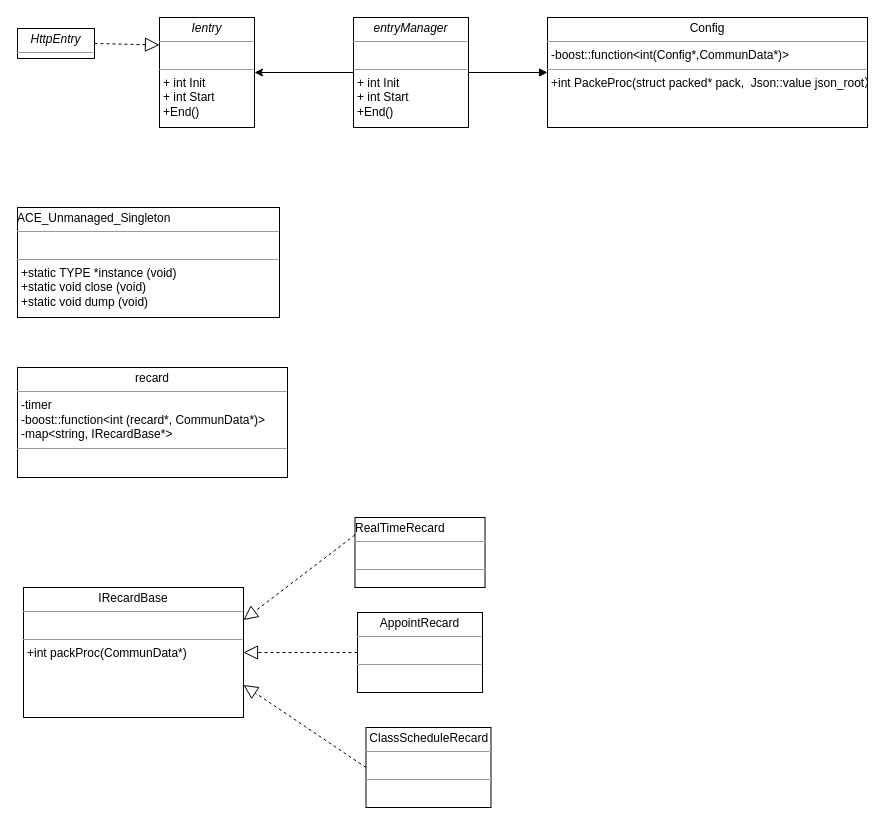
This is 录播get.drawio from huangPeiLc/drawio, a draw.io file, before an edit. Source tidied: cells renumbered, new cells numbered last; positions are measured from the earlier drawing's top-left corner, leaving out a move shared by most shapes. Both pictures are drawn from the tidied source at 100%, with x=0, y=0 at pixel (17, 17).
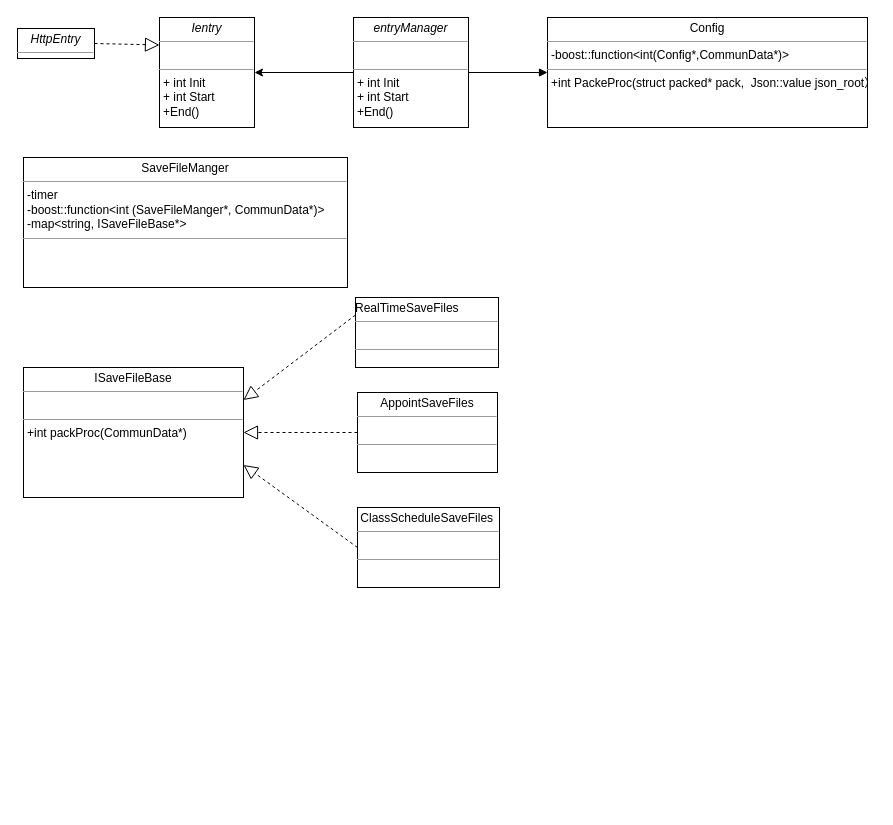
The same page after the edit.

The edit, as a diff of the source:
```diff
@@
 <mxGraphModel background="#ffffff">
   <root>
     <mxCell id="0" />
     <mxCell id="1" parent="0" />
     <mxCell id="2" value="&lt;p style=&quot;margin: 4px 0px 0px ; text-align: center&quot;&gt;&lt;span style=&quot;text-align: left&quot;&gt;Config&lt;/span&gt;&lt;br&gt;&lt;/p&gt;&lt;hr size=&quot;1&quot;&gt;&lt;p style=&quot;margin: 0px ; margin-left: 4px&quot;&gt;-boost::function&amp;lt;int(Config*,CommunData*)&amp;gt;&lt;/p&gt;&lt;hr size=&quot;1&quot;&gt;&lt;p style=&quot;margin: 0px ; margin-left: 4px&quot;&gt;+int PackeProc(struct packed* pack,&amp;nbsp; Json::value json_root）&lt;/p&gt;&lt;br&gt;&lt;p style=&quot;margin: 0px ; margin-left: 4px&quot;&gt;&lt;br&gt;&lt;/p&gt;" style="verticalAlign=top;align=left;overflow=fill;fontSize=12;fontFamily=Helvetica;html=1;rounded=0;shadow=0;comic=0;labelBackgroundColor=none;strokeColor=#000000;strokeWidth=1;fillColor=#ffffff;" parent="1" vertex="1">
       <mxGeometry x="530" width="320" height="110" as="geometry" />
     </mxCell>
     <mxCell id="3" value="&lt;p style=&quot;margin: 0px ; margin-top: 4px ; text-align: center&quot;&gt;&lt;i&gt;Ientry&lt;/i&gt;&lt;/p&gt;&lt;hr size=&quot;1&quot;&gt;&lt;p style=&quot;margin: 0px ; margin-left: 4px&quot;&gt;&lt;br&gt;&lt;/p&gt;&lt;hr size=&quot;1&quot;&gt;&lt;p style=&quot;margin: 0px ; margin-left: 4px&quot;&gt;+ int Init&lt;br&gt;+ int Start&lt;/p&gt;&lt;p style=&quot;margin: 0px ; margin-left: 4px&quot;&gt;+End()&lt;/p&gt;" style="verticalAlign=top;align=left;overflow=fill;fontSize=12;fontFamily=Helvetica;html=1;rounded=0;shadow=0;comic=0;labelBackgroundColor=none;strokeColor=#000000;strokeWidth=1;fillColor=#ffffff;" parent="1" vertex="1">
       <mxGeometry x="142" width="95" height="110" as="geometry" />
     </mxCell>
     <mxCell id="4" value="&lt;p style=&quot;margin: 0px ; margin-top: 4px ; text-align: center&quot;&gt;&lt;i&gt;HttpEntry&lt;/i&gt;&lt;/p&gt;&lt;hr size=&quot;1&quot;&gt;&lt;p style=&quot;margin: 0px ; margin-left: 4px&quot;&gt;&lt;br&gt;&lt;/p&gt;&lt;hr size=&quot;1&quot;&gt;&lt;p style=&quot;margin: 0px ; margin-left: 4px&quot;&gt;&lt;br&gt;&lt;/p&gt;" style="verticalAlign=top;align=left;overflow=fill;fontSize=12;fontFamily=Helvetica;html=1;rounded=0;shadow=0;comic=0;labelBackgroundColor=none;strokeColor=#000000;strokeWidth=1;fillColor=#ffffff;" parent="1" vertex="1">
       <mxGeometry y="11" width="77" height="30" as="geometry" />
     </mxCell>
     <mxCell id="5" style="endArrow=block;dashed=1;endFill=0;endSize=12;html=1;entryX=0;entryY=0.25;entryDx=0;entryDy=0;exitX=1;exitY=0.5;exitDx=0;exitDy=0;" parent="1" edge="1" source="4" target="3">
       <mxGeometry relative="1" as="geometry" />
     </mxCell>
     <mxCell id="6" style="html=1;verticalAlign=bottom;endArrow=block;entryX=0;entryY=0.5;entryDx=0;entryDy=0;exitX=1;exitY=0.5;exitDx=0;exitDy=0;" parent="1" edge="1" source="8" target="2">
       <mxGeometry relative="1" as="geometry" />
     </mxCell>
     <mxCell id="7" style="edgeStyle=orthogonalEdgeStyle;rounded=0;jettySize=auto;html=1;exitX=0;exitY=0.5;exitDx=0;exitDy=0;entryX=1;entryY=0.5;entryDx=0;entryDy=0;" parent="1" edge="1" source="8" target="3">
       <mxGeometry relative="1" as="geometry" />
     </mxCell>
     <mxCell id="8" value="&lt;p style=&quot;margin: 0px ; margin-top: 4px ; text-align: center&quot;&gt;&lt;i&gt;entryManager&lt;/i&gt;&lt;/p&gt;&lt;hr size=&quot;1&quot;&gt;&lt;p style=&quot;margin: 0px ; margin-left: 4px&quot;&gt;&lt;br&gt;&lt;/p&gt;&lt;hr size=&quot;1&quot;&gt;&lt;p style=&quot;margin: 0px ; margin-left: 4px&quot;&gt;+ int Init&lt;br&gt;+ int Start&lt;/p&gt;&lt;p style=&quot;margin: 0px ; margin-left: 4px&quot;&gt;+End()&lt;/p&gt;" style="verticalAlign=top;align=left;overflow=fill;fontSize=12;fontFamily=Helvetica;html=1;rounded=0;shadow=0;comic=0;labelBackgroundColor=none;strokeColor=#000000;strokeWidth=1;fillColor=#ffffff;" parent="1" vertex="1">
       <mxGeometry x="336" width="115" height="110" as="geometry" />
     </mxCell>
-    <mxCell id="9" value="&lt;p style=&quot;text-align: left ; margin: 4px 0px 0px&quot;&gt;ACE_Unmanaged_Singleton&lt;br&gt;&lt;/p&gt;&lt;hr size=&quot;1&quot;&gt;&lt;p style=&quot;margin: 0px ; margin-left: 4px&quot;&gt;&lt;br&gt;&lt;/p&gt;&lt;hr size=&quot;1&quot;&gt;&lt;p style=&quot;margin: 0px ; margin-left: 4px&quot;&gt;+static TYPE *instance (void)&lt;/p&gt;&lt;p style=&quot;margin: 0px 0px 0px 4px&quot;&gt;+static void close (void)&lt;/p&gt;&lt;p style=&quot;margin: 0px 0px 0px 4px&quot;&gt;+static void dump (void)&lt;/p&gt;&lt;p style=&quot;margin: 0px ; margin-left: 4px&quot;&gt;&lt;br&gt;&lt;/p&gt;" style="verticalAlign=top;align=left;overflow=fill;fontSize=12;fontFamily=Helvetica;html=1;rounded=0;shadow=0;comic=0;labelBackgroundColor=none;strokeColor=#000000;strokeWidth=1;fillColor=#ffffff;" parent="1" vertex="1">
-      <mxGeometry y="190" width="262" height="110" as="geometry" />
-    </mxCell>
-    <mxCell id="10" value="&lt;p style=&quot;margin: 0px ; margin-top: 4px ; text-align: center&quot;&gt;&lt;span style=&quot;text-align: left&quot;&gt;recard&lt;/span&gt;&lt;br&gt;&lt;/p&gt;&lt;hr size=&quot;1&quot;&gt;&lt;p style=&quot;margin: 0px ; margin-left: 4px&quot;&gt;-timer&amp;nbsp;&lt;/p&gt;&lt;p style=&quot;margin: 0px ; margin-left: 4px&quot;&gt;-boost::function&amp;lt;int (recard*, CommunData*)&amp;gt;&lt;br&gt;&lt;/p&gt;&lt;p style=&quot;margin: 0px ; margin-left: 4px&quot;&gt;-map&amp;lt;string, IRecardBase*&amp;gt;&lt;/p&gt;&lt;hr size=&quot;1&quot;&gt;&lt;p style=&quot;margin: 0px 0px 0px 4px&quot;&gt;&lt;br&gt;&lt;/p&gt;&lt;p style=&quot;margin: 0px ; margin-left: 4px&quot;&gt;&lt;br&gt;&lt;/p&gt;" style="verticalAlign=top;align=left;overflow=fill;fontSize=12;fontFamily=Helvetica;html=1;rounded=0;shadow=0;comic=0;labelBackgroundColor=none;strokeColor=#000000;strokeWidth=1;fillColor=#ffffff;" parent="1" vertex="1">
-      <mxGeometry y="350" width="270" height="110" as="geometry" />
-    </mxCell>
-    <mxCell id="11" value="&lt;p style=&quot;text-align: left ; margin: 4px 0px 0px&quot;&gt;RealTimeRecard&lt;/p&gt;&lt;hr size=&quot;1&quot;&gt;&lt;p style=&quot;margin: 0px ; margin-left: 4px&quot;&gt;&lt;br&gt;&lt;/p&gt;&lt;hr size=&quot;1&quot;&gt;&lt;p style=&quot;margin: 0px 0px 0px 4px&quot;&gt;&lt;br&gt;&lt;/p&gt;&lt;p style=&quot;margin: 0px ; margin-left: 4px&quot;&gt;&lt;br&gt;&lt;/p&gt;" style="verticalAlign=top;align=left;overflow=fill;fontSize=12;fontFamily=Helvetica;html=1;rounded=0;shadow=0;comic=0;labelBackgroundColor=none;strokeColor=#000000;strokeWidth=1;fillColor=#ffffff;" parent="1" vertex="1">
-      <mxGeometry x="337.5" y="500" width="130" height="70" as="geometry" />
+    <mxCell id="11" value="&lt;p style=&quot;text-align: left ; margin: 4px 0px 0px&quot;&gt;RealTimeSaveFiles&lt;/p&gt;&lt;hr size=&quot;1&quot;&gt;&lt;p style=&quot;margin: 0px ; margin-left: 4px&quot;&gt;&lt;br&gt;&lt;/p&gt;&lt;hr size=&quot;1&quot;&gt;&lt;p style=&quot;margin: 0px 0px 0px 4px&quot;&gt;&lt;br&gt;&lt;/p&gt;&lt;p style=&quot;margin: 0px ; margin-left: 4px&quot;&gt;&lt;br&gt;&lt;/p&gt;" style="verticalAlign=top;align=left;overflow=fill;fontSize=12;fontFamily=Helvetica;html=1;rounded=0;shadow=0;comic=0;labelBackgroundColor=none;strokeColor=#000000;strokeWidth=1;fillColor=#ffffff;" parent="1" vertex="1">
+      <mxGeometry x="338" y="280" width="143" height="70" as="geometry" />
     </mxCell>
-    <mxCell id="12" value="&lt;p style=&quot;margin: 0px ; margin-top: 4px ; text-align: center&quot;&gt;&lt;span style=&quot;text-align: left&quot;&gt;IRecardBase&lt;/span&gt;&lt;br&gt;&lt;/p&gt;&lt;hr size=&quot;1&quot;&gt;&lt;p style=&quot;margin: 0px ; margin-left: 4px&quot;&gt;&lt;br&gt;&lt;/p&gt;&lt;hr size=&quot;1&quot;&gt;&lt;p style=&quot;margin: 0px 0px 0px 4px&quot;&gt;+int packProc(CommunData*)&lt;/p&gt;&lt;p style=&quot;margin: 0px 0px 0px 4px&quot;&gt;&lt;br&gt;&lt;/p&gt;&lt;p style=&quot;margin: 0px ; margin-left: 4px&quot;&gt;&lt;br&gt;&lt;/p&gt;" style="verticalAlign=top;align=left;overflow=fill;fontSize=12;fontFamily=Helvetica;html=1;rounded=0;shadow=0;comic=0;labelBackgroundColor=none;strokeColor=#000000;strokeWidth=1;fillColor=#ffffff;" parent="1" vertex="1">
-      <mxGeometry x="6" y="570" width="220" height="130" as="geometry" />
+    <mxCell id="12" value="&lt;p style=&quot;margin: 0px ; margin-top: 4px ; text-align: center&quot;&gt;&lt;span style=&quot;text-align: left&quot;&gt;ISaveFileBase&lt;/span&gt;&lt;br&gt;&lt;/p&gt;&lt;hr size=&quot;1&quot;&gt;&lt;p style=&quot;margin: 0px ; margin-left: 4px&quot;&gt;&lt;br&gt;&lt;/p&gt;&lt;hr size=&quot;1&quot;&gt;&lt;p style=&quot;margin: 0px 0px 0px 4px&quot;&gt;+int packProc(CommunData*)&lt;/p&gt;&lt;p style=&quot;margin: 0px 0px 0px 4px&quot;&gt;&lt;br&gt;&lt;/p&gt;&lt;p style=&quot;margin: 0px ; margin-left: 4px&quot;&gt;&lt;br&gt;&lt;/p&gt;" style="verticalAlign=top;align=left;overflow=fill;fontSize=12;fontFamily=Helvetica;html=1;rounded=0;shadow=0;comic=0;labelBackgroundColor=none;strokeColor=#000000;strokeWidth=1;fillColor=#ffffff;" parent="1" vertex="1">
+      <mxGeometry x="6" y="350" width="220" height="130" as="geometry" />
     </mxCell>
     <mxCell id="13" style="endArrow=block;dashed=1;endFill=0;endSize=12;html=1;entryX=1;entryY=0.25;entryDx=0;entryDy=0;exitX=0;exitY=0.25;exitDx=0;exitDy=0;" parent="1" edge="1" source="11" target="12">
       <mxGeometry relative="1" as="geometry" />
     </mxCell>
-    <mxCell id="14" value="&lt;p style=&quot;margin: 0px ; margin-top: 4px ; text-align: center&quot;&gt;&lt;span style=&quot;text-align: left&quot;&gt;AppointRecard&lt;/span&gt;&lt;br&gt;&lt;/p&gt;&lt;hr size=&quot;1&quot;&gt;&lt;p style=&quot;margin: 0px ; margin-left: 4px&quot;&gt;&lt;br&gt;&lt;/p&gt;&lt;hr size=&quot;1&quot;&gt;&lt;p style=&quot;margin: 0px 0px 0px 4px&quot;&gt;&lt;br&gt;&lt;/p&gt;&lt;p style=&quot;margin: 0px ; margin-left: 4px&quot;&gt;&lt;br&gt;&lt;/p&gt;" style="verticalAlign=top;align=left;overflow=fill;fontSize=12;fontFamily=Helvetica;html=1;rounded=0;shadow=0;comic=0;labelBackgroundColor=none;strokeColor=#000000;strokeWidth=1;fillColor=#ffffff;" parent="1" vertex="1">
-      <mxGeometry x="340" y="595" width="125" height="80" as="geometry" />
+    <mxCell id="14" value="&lt;p style=&quot;margin: 0px ; margin-top: 4px ; text-align: center&quot;&gt;&lt;span style=&quot;text-align: left&quot;&gt;AppointSaveFiles&lt;/span&gt;&lt;br&gt;&lt;/p&gt;&lt;hr size=&quot;1&quot;&gt;&lt;p style=&quot;margin: 0px ; margin-left: 4px&quot;&gt;&lt;br&gt;&lt;/p&gt;&lt;hr size=&quot;1&quot;&gt;&lt;p style=&quot;margin: 0px 0px 0px 4px&quot;&gt;&lt;br&gt;&lt;/p&gt;&lt;p style=&quot;margin: 0px ; margin-left: 4px&quot;&gt;&lt;br&gt;&lt;/p&gt;" style="verticalAlign=top;align=left;overflow=fill;fontSize=12;fontFamily=Helvetica;html=1;rounded=0;shadow=0;comic=0;labelBackgroundColor=none;strokeColor=#000000;strokeWidth=1;fillColor=#ffffff;" parent="1" vertex="1">
+      <mxGeometry x="340" y="375" width="140" height="80" as="geometry" />
     </mxCell>
     <mxCell id="15" style="endArrow=block;dashed=1;endFill=0;endSize=12;html=1;entryX=1;entryY=0.5;entryDx=0;entryDy=0;exitX=0;exitY=0.5;exitDx=0;exitDy=0;" parent="1" edge="1" source="14" target="12">
       <mxGeometry relative="1" as="geometry" />
     </mxCell>
-    <mxCell id="16" value="&lt;p style=&quot;text-align: left ; margin: 4px 0px 0px&quot;&gt;&amp;nbsp;ClassScheduleRecard&lt;br&gt;&lt;/p&gt;&lt;hr size=&quot;1&quot;&gt;&lt;p style=&quot;margin: 0px ; margin-left: 4px&quot;&gt;&lt;br&gt;&lt;/p&gt;&lt;hr size=&quot;1&quot;&gt;&lt;p style=&quot;margin: 0px 0px 0px 4px&quot;&gt;&lt;br&gt;&lt;/p&gt;&lt;p style=&quot;margin: 0px ; margin-left: 4px&quot;&gt;&lt;br&gt;&lt;/p&gt;" style="verticalAlign=top;align=left;overflow=fill;fontSize=12;fontFamily=Helvetica;html=1;rounded=0;shadow=0;comic=0;labelBackgroundColor=none;strokeColor=#000000;strokeWidth=1;fillColor=#ffffff;" parent="1" vertex="1">
-      <mxGeometry x="348.5" y="710" width="125" height="80" as="geometry" />
+    <mxCell id="16" value="&lt;p style=&quot;text-align: left ; margin: 4px 0px 0px&quot;&gt;&amp;nbsp;ClassScheduleSaveFiles&lt;br&gt;&lt;/p&gt;&lt;hr size=&quot;1&quot;&gt;&lt;p style=&quot;margin: 0px ; margin-left: 4px&quot;&gt;&lt;br&gt;&lt;/p&gt;&lt;hr size=&quot;1&quot;&gt;&lt;p style=&quot;margin: 0px 0px 0px 4px&quot;&gt;&lt;br&gt;&lt;/p&gt;&lt;p style=&quot;margin: 0px ; margin-left: 4px&quot;&gt;&lt;br&gt;&lt;/p&gt;" style="verticalAlign=top;align=left;overflow=fill;fontSize=12;fontFamily=Helvetica;html=1;rounded=0;shadow=0;comic=0;labelBackgroundColor=none;strokeColor=#000000;strokeWidth=1;fillColor=#ffffff;" parent="1" vertex="1">
+      <mxGeometry x="340" y="490" width="142" height="80" as="geometry" />
     </mxCell>
     <mxCell id="17" style="endArrow=block;dashed=1;endFill=0;endSize=12;html=1;entryX=1;entryY=0.75;entryDx=0;entryDy=0;exitX=0;exitY=0.5;exitDx=0;exitDy=0;" parent="1" edge="1" source="16" target="12">
       <mxGeometry relative="1" as="geometry" />
     </mxCell>
+    <mxCell id="18" value="&lt;p style=&quot;margin: 0px ; margin-top: 4px ; text-align: center&quot;&gt;&lt;span style=&quot;text-align: left&quot;&gt;SaveFileManger&lt;/span&gt;&lt;br&gt;&lt;/p&gt;&lt;hr size=&quot;1&quot;&gt;&lt;p style=&quot;margin: 0px 0px 0px 4px&quot;&gt;-timer&amp;nbsp;&lt;/p&gt;&lt;p style=&quot;margin: 0px 0px 0px 4px&quot;&gt;-boost::function&amp;lt;int (SaveFileManger*, CommunData*)&amp;gt;&lt;br&gt;&lt;/p&gt;&lt;p style=&quot;margin: 0px 0px 0px 4px&quot;&gt;-map&amp;lt;string, ISaveFileBase*&amp;gt;&lt;/p&gt;&lt;hr size=&quot;1&quot;&gt;&lt;p style=&quot;margin: 0px 0px 0px 4px&quot;&gt;&lt;br&gt;&lt;/p&gt;&lt;p style=&quot;margin: 0px 0px 0px 4px&quot;&gt;&lt;br&gt;&lt;/p&gt;&lt;p style=&quot;margin: 0px ; margin-left: 4px&quot;&gt;&lt;br&gt;&lt;/p&gt;" style="verticalAlign=top;align=left;overflow=fill;fontSize=12;fontFamily=Helvetica;html=1;rounded=0;shadow=0;comic=0;labelBackgroundColor=none;strokeColor=#000000;strokeWidth=1;fillColor=#ffffff;" parent="1" vertex="1">
+      <mxGeometry x="6" y="140" width="324" height="130" as="geometry" />
+    </mxCell>
   </root>
 </mxGraphModel>
```
